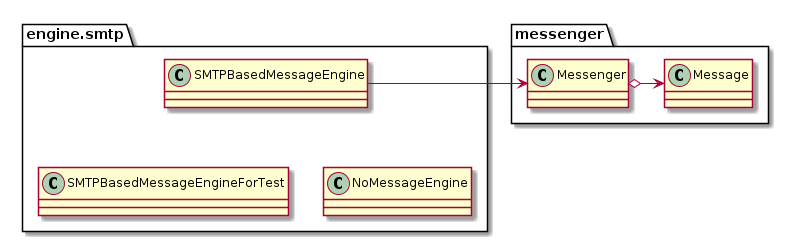
The PlantUML diagram doc/images/messaging-component.png in qwaneu/quiltz-messaging, before a commit.
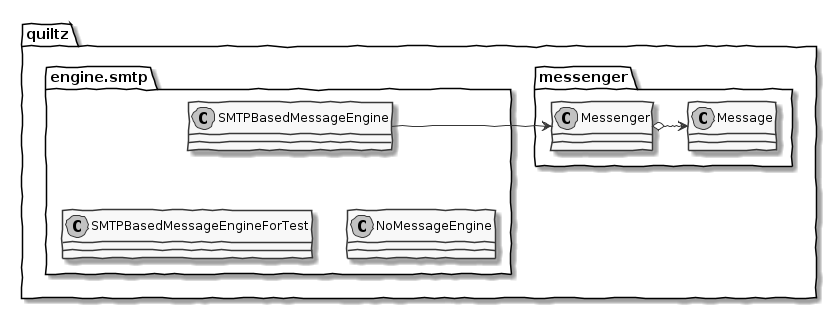
The same diagram one commit later.

The edit, as a diff of the source:
```diff
@@ -1,11 +1,21 @@
 @startuml messaging-component
-class engine.smtp.SMTPBasedMessageEngine
-class engine.smtp.NoMessageEngine
-class engine.smtp.SMTPBasedMessageEngineForTest
-class messenger.Messenger
-class messenger.Message
-engine.smtp.SMTPBasedMessageEngine -down[hidden]-> engine.smtp.SMTPBasedMessageEngineForTest
-engine.smtp.SMTPBasedMessageEngineForTest -right[hidden]-> engine.smtp.NoMessageEngine
-engine.smtp.SMTPBasedMessageEngine -right-> messenger.Messenger
-messenger.Messenger o-right-> messenger.Message
+skinparam {
+  handwritten true
+  monochrome true
+}
+package quiltz {
+  package messenger {
+    class Messenger
+    class Message
+  }
+  package engine.smtp {
+    class SMTPBasedMessageEngine
+    class NoMessageEngine
+    class SMTPBasedMessageEngineForTest
+  }
+}
+SMTPBasedMessageEngine -down[hidden]-> SMTPBasedMessageEngineForTest
+SMTPBasedMessageEngineForTest -right[hidden]-> NoMessageEngine
+SMTPBasedMessageEngine -right-> Messenger
+Messenger o-right-> Message
 @enduml
```
